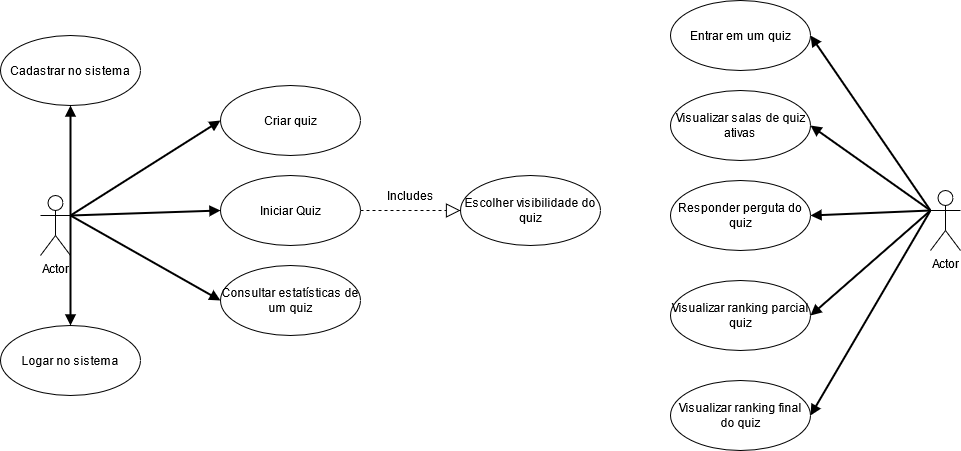
This is documentacao/imagens/CasosDeUso.png from ICEI-PUC-Minas-PPLES-TI/plf-es-2021-1-ti5-6702100-goask, a draw.io export, as it was before one commit. Source tidied: cells renumbered, new cells last; positions are measured from the earlier drawing's top-left corner, leaving out a move shared by most shapes.
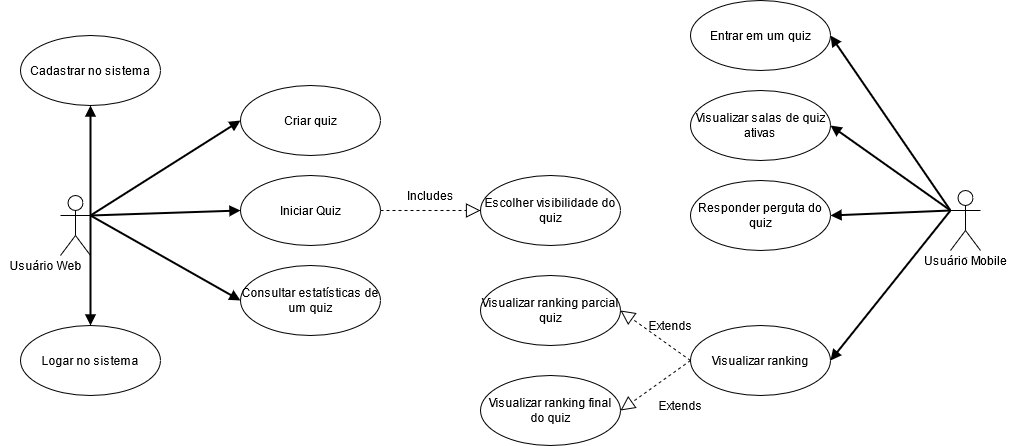
After the change.

Commit message:
Update use case diagram

Diff of the diagram source:
```diff
@@ -2,7 +2,7 @@
   <root>
     <mxCell id="0" />
     <mxCell id="1" parent="0" />
-    <mxCell id="2" value="Actor" style="shape=umlActor;verticalLabelPosition=bottom;verticalAlign=top;html=1;" parent="1" vertex="1">
+    <mxCell id="2" value="Actor" style="shape=umlActor;verticalLabelPosition=bottom;verticalAlign=top;html=1;fontSize=1;" parent="1" vertex="1">
       <mxGeometry x="40" y="195" width="30" height="60" as="geometry" />
     </mxCell>
     <mxCell id="3" value="&lt;div&gt;Cadastrar no sistema&lt;/div&gt;" style="ellipse;whiteSpace=wrap;html=1;" parent="1" vertex="1">
@@ -44,7 +44,7 @@
     <mxCell id="15" style="endArrow=block;endFill=1;endSize=6;html=1;strokeWidth=2;exitX=1;exitY=0.3333333333333333;exitDx=0;exitDy=0;exitPerimeter=0;entryX=0.5;entryY=0;entryDx=0;entryDy=0;" parent="1" edge="1" source="2" target="4">
       <mxGeometry relative="1" as="geometry" />
     </mxCell>
-    <mxCell id="16" value="Actor" style="shape=umlActor;verticalLabelPosition=bottom;verticalAlign=top;html=1;" parent="1" vertex="1">
+    <mxCell id="16" value="Actor" style="shape=umlActor;verticalLabelPosition=bottom;verticalAlign=top;html=1;fontSize=1;" parent="1" vertex="1">
       <mxGeometry x="930" y="190" width="30" height="60" as="geometry" />
     </mxCell>
     <mxCell id="17" value="&lt;div&gt;Entrar em um quiz&lt;/div&gt;" style="ellipse;whiteSpace=wrap;html=1;" parent="1" vertex="1">
@@ -57,10 +57,10 @@
       <mxGeometry x="670" y="180" width="140" height="70" as="geometry" />
     </mxCell>
     <mxCell id="20" value="Visualizar ranking parcial quiz" style="ellipse;whiteSpace=wrap;html=1;" parent="1" vertex="1">
-      <mxGeometry x="670" y="280" width="140" height="70" as="geometry" />
+      <mxGeometry x="460" y="275" width="140" height="70" as="geometry" />
     </mxCell>
     <mxCell id="21" value="Visualizar ranking final do quiz" style="ellipse;whiteSpace=wrap;html=1;" parent="1" vertex="1">
-      <mxGeometry x="670" y="380" width="140" height="70" as="geometry" />
+      <mxGeometry x="460" y="375" width="140" height="70" as="geometry" />
     </mxCell>
     <mxCell id="22" style="endArrow=block;endFill=1;endSize=6;html=1;strokeWidth=2;exitX=0;exitY=0.3333333333333333;exitDx=0;exitDy=0;exitPerimeter=0;entryX=1;entryY=0.5;entryDx=0;entryDy=0;" parent="1" edge="1" source="16" target="17">
       <mxGeometry relative="1" as="geometry" />
@@ -68,14 +68,32 @@
     <mxCell id="23" style="endArrow=block;endFill=1;endSize=6;html=1;strokeWidth=2;exitX=0;exitY=0.3333333333333333;exitDx=0;exitDy=0;exitPerimeter=0;entryX=1;entryY=0.5;entryDx=0;entryDy=0;" parent="1" edge="1" source="16" target="19">
       <mxGeometry relative="1" as="geometry" />
     </mxCell>
-    <mxCell id="24" style="endArrow=block;endFill=1;endSize=6;html=1;strokeWidth=2;exitX=0;exitY=0.3333333333333333;exitDx=0;exitDy=0;exitPerimeter=0;entryX=1;entryY=0.5;entryDx=0;entryDy=0;" parent="1" edge="1" source="16" target="21">
-      <mxGeometry relative="1" as="geometry" />
-    </mxCell>
     <mxCell id="25" style="endArrow=block;endFill=1;endSize=6;html=1;strokeWidth=2;exitX=0;exitY=0.3333333333333333;exitDx=0;exitDy=0;exitPerimeter=0;entryX=1;entryY=0.5;entryDx=0;entryDy=0;" parent="1" edge="1" source="16" target="18">
       <mxGeometry relative="1" as="geometry" />
     </mxCell>
-    <mxCell id="26" style="endArrow=block;endFill=1;endSize=6;html=1;strokeWidth=2;exitX=0;exitY=0.3333333333333333;exitDx=0;exitDy=0;exitPerimeter=0;entryX=1;entryY=0.5;entryDx=0;entryDy=0;" parent="1" edge="1" source="16" target="20">
-      <mxGeometry relative="1" as="geometry" />
-    </mxCell>
+    <mxCell id="27" value="Visualizar ranking" style="ellipse;whiteSpace=wrap;html=1;" parent="1" vertex="1">
+      <mxGeometry x="670" y="325" width="140" height="70" as="geometry" />
+    </mxCell>
+    <mxCell id="28" style="endArrow=block;endFill=1;endSize=6;html=1;strokeWidth=2;exitX=0;exitY=0.3333333333333333;exitDx=0;exitDy=0;exitPerimeter=0;entryX=1;entryY=0.5;entryDx=0;entryDy=0;" parent="1" edge="1" source="16" target="27">
+      <mxGeometry relative="1" as="geometry" />
+    </mxCell>
+    <mxCell id="29" style="endArrow=block;dashed=1;endFill=0;endSize=12;html=1;exitX=0;exitY=0.5;exitDx=0;exitDy=0;entryX=1;entryY=0.5;entryDx=0;entryDy=0;" parent="1" edge="1" source="27" target="20">
+      <mxGeometry relative="1" as="geometry" />
+    </mxCell>
+    <mxCell id="30" style="endArrow=block;dashed=1;endFill=0;endSize=12;html=1;exitX=0;exitY=0.5;exitDx=0;exitDy=0;entryX=1;entryY=0.5;entryDx=0;entryDy=0;" parent="1" edge="1" source="27" target="21">
+      <mxGeometry relative="1" as="geometry" />
+    </mxCell>
+    <mxCell id="31" value="Extends" style="text;html=1;align=center;verticalAlign=middle;" parent="1" vertex="1">
+      <mxGeometry x="620" y="315" width="60" height="20" as="geometry" />
+    </mxCell>
+    <mxCell id="32" value="&lt;div&gt;Extends&lt;/div&gt;" style="text;html=1;align=center;verticalAlign=middle;" parent="1" vertex="1">
+      <mxGeometry x="630" y="395" width="60" height="20" as="geometry" />
+    </mxCell>
+    <mxCell id="33" value="&lt;div&gt;Usuário Mobile&lt;/div&gt;" style="text;html=1;align=center;verticalAlign=middle;" parent="1" vertex="1">
+      <mxGeometry x="895" y="250" width="100" height="20" as="geometry" />
+    </mxCell>
+    <mxCell id="34" value="&lt;div&gt;Usuário Web&lt;br&gt;&lt;/div&gt;" style="text;html=1;align=center;verticalAlign=middle;" parent="1" vertex="1">
+      <mxGeometry x="-20" y="255" width="90" height="20" as="geometry" />
+    </mxCell>
   </root>
 </mxGraphModel>
```
